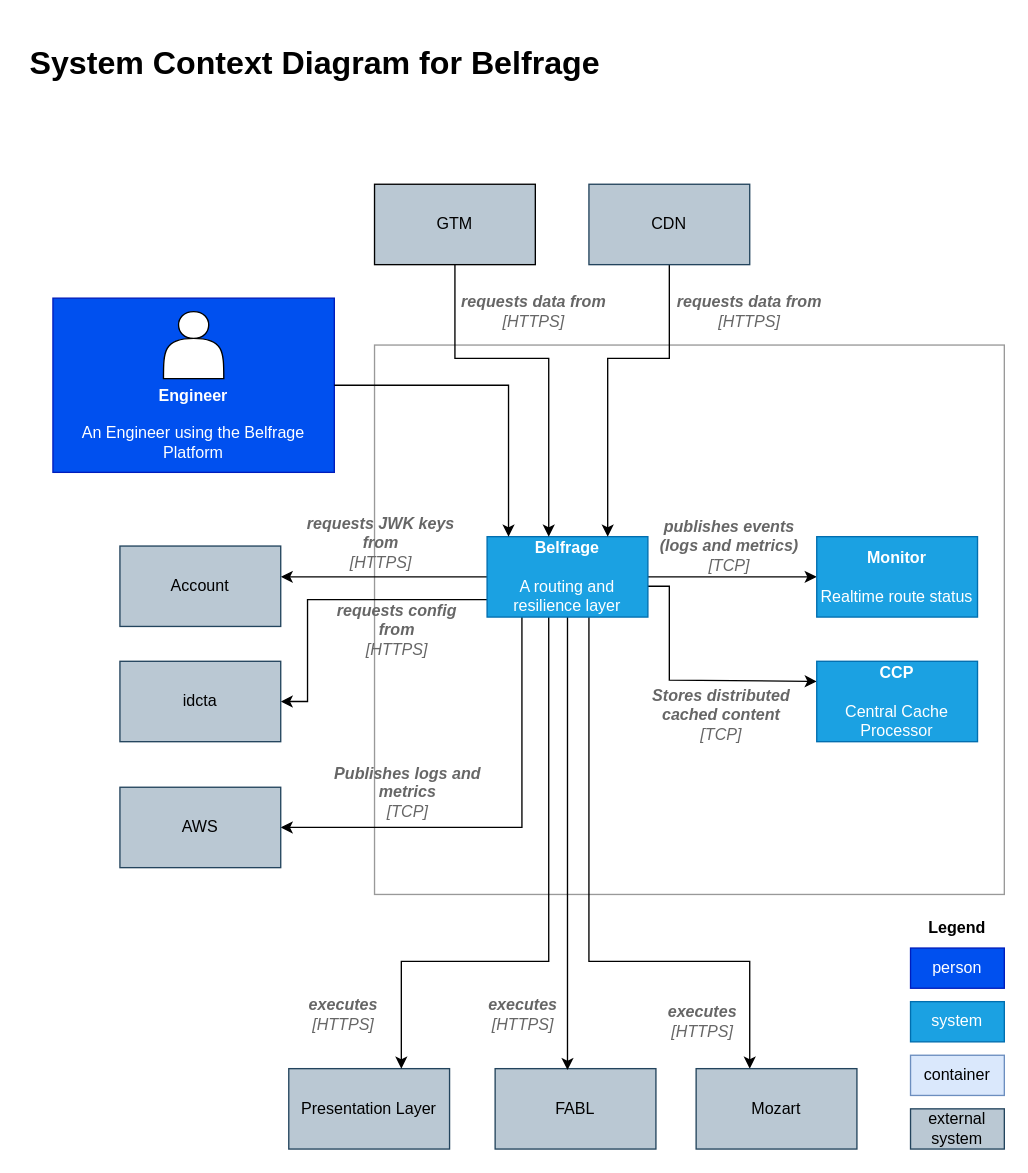
Above: docs/source/architecture/c4-level-1.drawio in tracy-o/learning-day (draw.io), before the change. Source tidied: cells renumbered, new cells numbered last; positions are measured from the earlier drawing's top-left corner, leaving out a move shared by most shapes. Both pictures are drawn from the tidied source at 134%, with x=0, y=0 at pixel (23, 36).
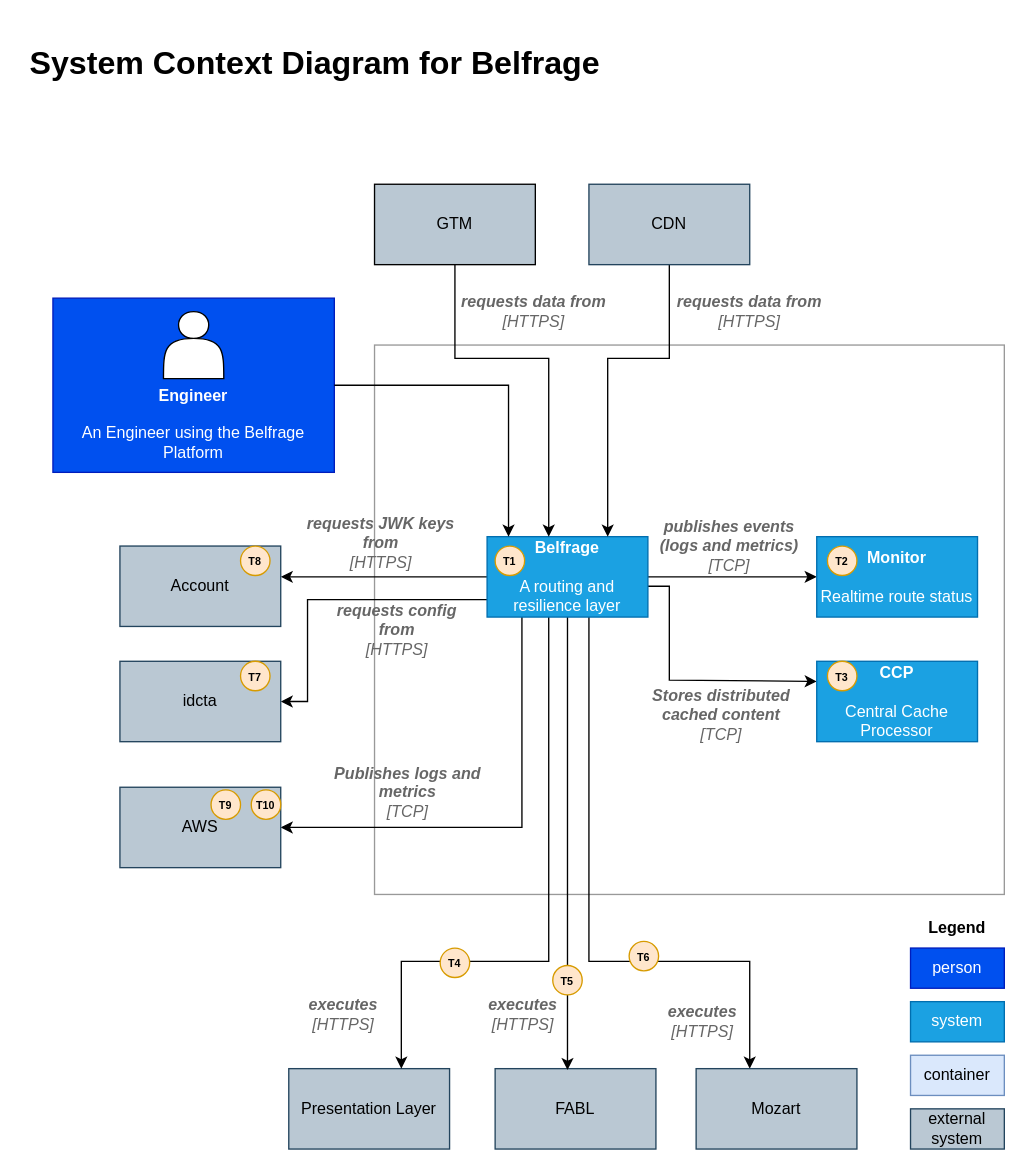
After the change.

Commit message (it also covers changes not shown here):
link targets from analysis to first level diagram

What changed in the source:
```diff
@@
+    <mxCell id="44" value="&lt;font style=&quot;font-size: 8px ; line-height: 40%&quot;&gt;T1&lt;/font&gt;" style="ellipse;whiteSpace=wrap;html=1;fontStyle=1;fillColor=#ffe6cc;strokeColor=#d79b00;" parent="1" vertex="1">
+      <mxGeometry x="352" y="380" width="22" height="22" as="geometry" />
+    </mxCell>
+    <mxCell id="45" value="&lt;font style=&quot;font-size: 8px ; line-height: 40%&quot;&gt;T2&lt;/font&gt;" style="ellipse;whiteSpace=wrap;html=1;fontStyle=1;fillColor=#ffe6cc;strokeColor=#d79b00;" parent="1" vertex="1">
+      <mxGeometry x="600" y="380" width="22" height="22" as="geometry" />
+    </mxCell>
+    <mxCell id="46" value="&lt;font style=&quot;font-size: 8px ; line-height: 40%&quot;&gt;T3&lt;/font&gt;" style="ellipse;whiteSpace=wrap;html=1;fontStyle=1;fillColor=#ffe6cc;strokeColor=#d79b00;" parent="1" vertex="1">
+      <mxGeometry x="600" y="466" width="22" height="22" as="geometry" />
+    </mxCell>
+    <mxCell id="47" value="&lt;font style=&quot;font-size: 8px ; line-height: 40%&quot;&gt;T4&lt;/font&gt;" style="ellipse;whiteSpace=wrap;html=1;fontStyle=1;fillColor=#ffe6cc;strokeColor=#d79b00;" parent="1" vertex="1">
+      <mxGeometry x="311" y="680" width="22" height="22" as="geometry" />
+    </mxCell>
+    <mxCell id="48" value="&lt;font style=&quot;font-size: 8px ; line-height: 40%&quot;&gt;T5&lt;/font&gt;" style="ellipse;whiteSpace=wrap;html=1;fontStyle=1;fillColor=#ffe6cc;strokeColor=#d79b00;" parent="1" vertex="1">
+      <mxGeometry x="395" y="693" width="22" height="22" as="geometry" />
+    </mxCell>
+    <mxCell id="49" value="&lt;font style=&quot;font-size: 8px ; line-height: 40%&quot;&gt;T6&lt;/font&gt;" style="ellipse;whiteSpace=wrap;html=1;fontStyle=1;fillColor=#ffe6cc;strokeColor=#d79b00;" parent="1" vertex="1">
+      <mxGeometry x="452" y="675" width="22" height="22" as="geometry" />
+    </mxCell>
+    <mxCell id="50" value="&lt;font style=&quot;font-size: 8px ; line-height: 40%&quot;&gt;T7&lt;/font&gt;" style="ellipse;whiteSpace=wrap;html=1;fontStyle=1;fillColor=#ffe6cc;strokeColor=#d79b00;" parent="1" vertex="1">
+      <mxGeometry x="162" y="466" width="22" height="22" as="geometry" />
+    </mxCell>
+    <mxCell id="51" value="&lt;font style=&quot;font-size: 8px ; line-height: 40%&quot;&gt;T8&lt;/font&gt;" style="ellipse;whiteSpace=wrap;html=1;fontStyle=1;fillColor=#ffe6cc;strokeColor=#d79b00;" parent="1" vertex="1">
+      <mxGeometry x="162" y="380" width="22" height="22" as="geometry" />
+    </mxCell>
+    <mxCell id="52" value="&lt;font style=&quot;font-size: 8px ; line-height: 40%&quot;&gt;T9&lt;/font&gt;" style="ellipse;whiteSpace=wrap;html=1;fontStyle=1;fillColor=#ffe6cc;strokeColor=#d79b00;" parent="1" vertex="1">
+      <mxGeometry x="140" y="562" width="22" height="22" as="geometry" />
+    </mxCell>
+    <mxCell id="53" value="&lt;font style=&quot;font-size: 8px ; line-height: 40%&quot;&gt;T10&lt;/font&gt;" style="ellipse;whiteSpace=wrap;html=1;fontStyle=1;fillColor=#ffe6cc;strokeColor=#d79b00;" parent="1" vertex="1">
+      <mxGeometry x="170" y="562" width="22" height="22" as="geometry" />
+    </mxCell>
```
